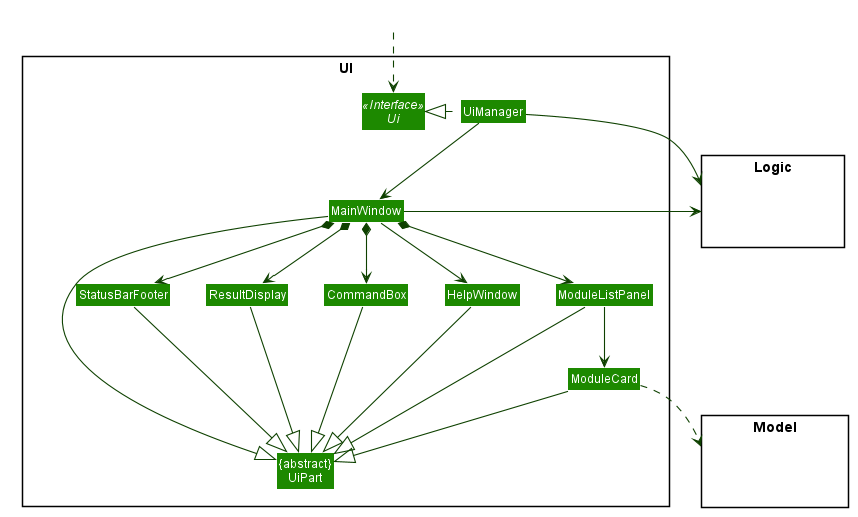
Above: docs/images/UiClassDiagram.png in nus-cs2103-AY2021S1/tp (PlantUML), before the change.
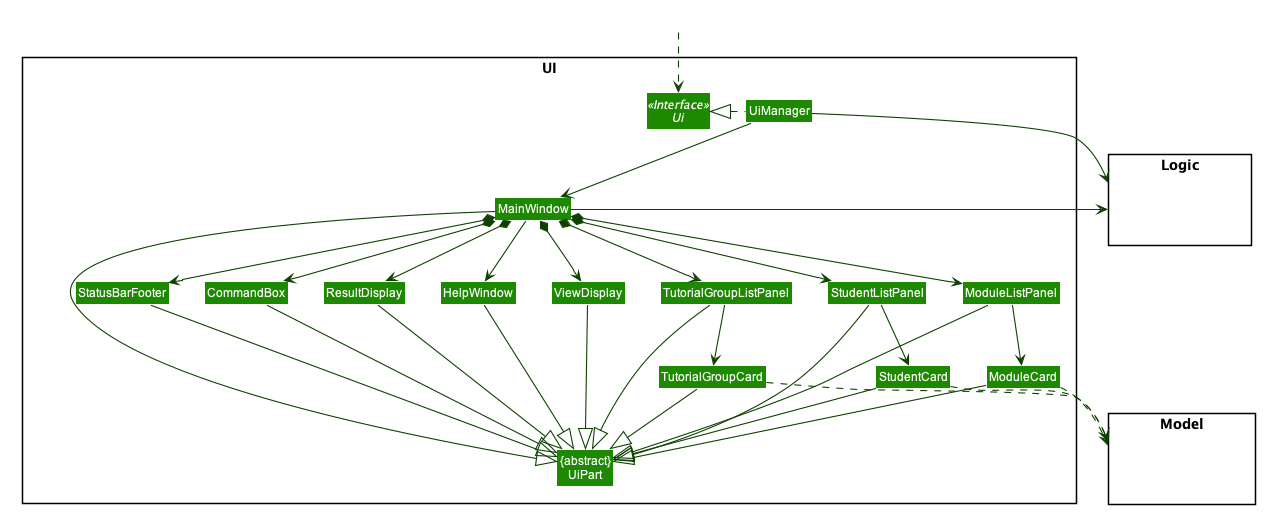
The same diagram one commit later.

Commit message:
Edit UG to standard and add updated UiClassDiagram

Diff of the diagram source:
```diff
@@ -58,10 +58,15 @@
 Class MainWindow
 Class HelpWindow
 Class ResultDisplay
+Class StudentListPanel
+Class StudentCard
 Class ModuleListPanel
 Class ModuleCard
+Class TutorialGroupListPanel
+Class TutorialGroupCard
 Class StatusBarFooter
 Class CommandBox
+Class ViewDisplay
 }
 
 package Model <<Rectangle>> {
@@ -80,28 +85,44 @@
 MainWindow --> HelpWindow
 MainWindow *-down-> CommandBox
 MainWindow *-down-> ResultDisplay
+MainWindow *-down-> StudentListPanel
+MainWindow *-down-> StatusBarFooter
+MainWindow *-down-> ViewDisplay
 MainWindow *-down-> ModuleListPanel
-MainWindow *-down-> StatusBarFooter
+MainWindow *-down-> TutorialGroupListPanel
 
+StudentListPanel -down-> StudentCard
 ModuleListPanel -down-> ModuleCard
+TutorialGroupListPanel -down-> TutorialGroupCard
 
 MainWindow -left-|> UiPart
 
 ResultDisplay --|> UiPart
 CommandBox --|> UiPart
+StudentListPanel --|> UiPart
+StudentCard --|> UiPart
 ModuleListPanel --|> UiPart
 ModuleCard --|> UiPart
+TutorialGroupListPanel --|> UiPart
+TutorialGroupCard --|> UiPart
 StatusBarFooter --|> UiPart
 HelpWindow -down-|> UiPart
+ViewDisplay --|> UiPart
 
 ModuleCard ..> Model
+TutorialGroupCard ..> Model
+StudentCard ..> Model
 UiManager -right-> Logic
 MainWindow -left-> Logic
 
-ModuleListPanel -[hidden]left- HelpWindow
+ModuleListPanel -[hidden]left- TutorialGroupListPanel
+TutorialGroupCard -[hidden]left- StudentListPanel
+StudentListPanel -[hidden]left- HelpWindow
 HelpWindow -[hidden]left- CommandBox
-CommandBox -[hidden]left- ResultDisplay
-ResultDisplay -[hidden]left- StatusBarFooter
+CommandBox -[hidden]left- StatusBarFooter
+ResultDisplay -[hidden]left- CommandBox
+ViewDisplay -[hidden]left- ResultDisplay
+
 
 MainWindow -[hidden]-|> UiPart
 @enduml
```
